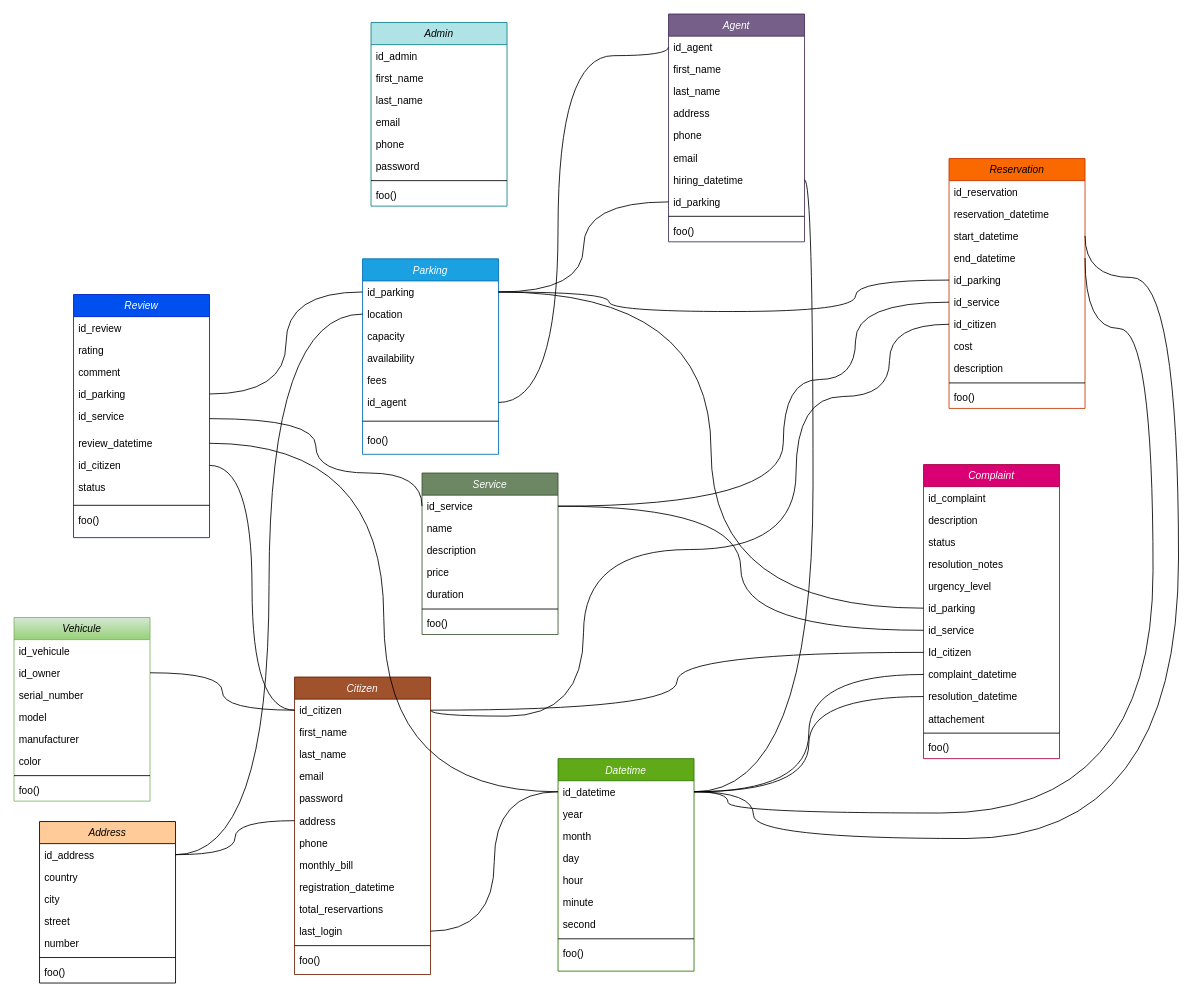
Earlier version of the draw.io diagram docs/DB_diagram.drawio (anomaly1095/parky). Source tidied: cells renumbered, new cells numbered last; positions are measured from the earlier drawing's top-left corner, leaving out a move shared by most shapes. Both pictures are drawn from the tidied source at 85%, with x=0, y=0 at pixel (14, 14).
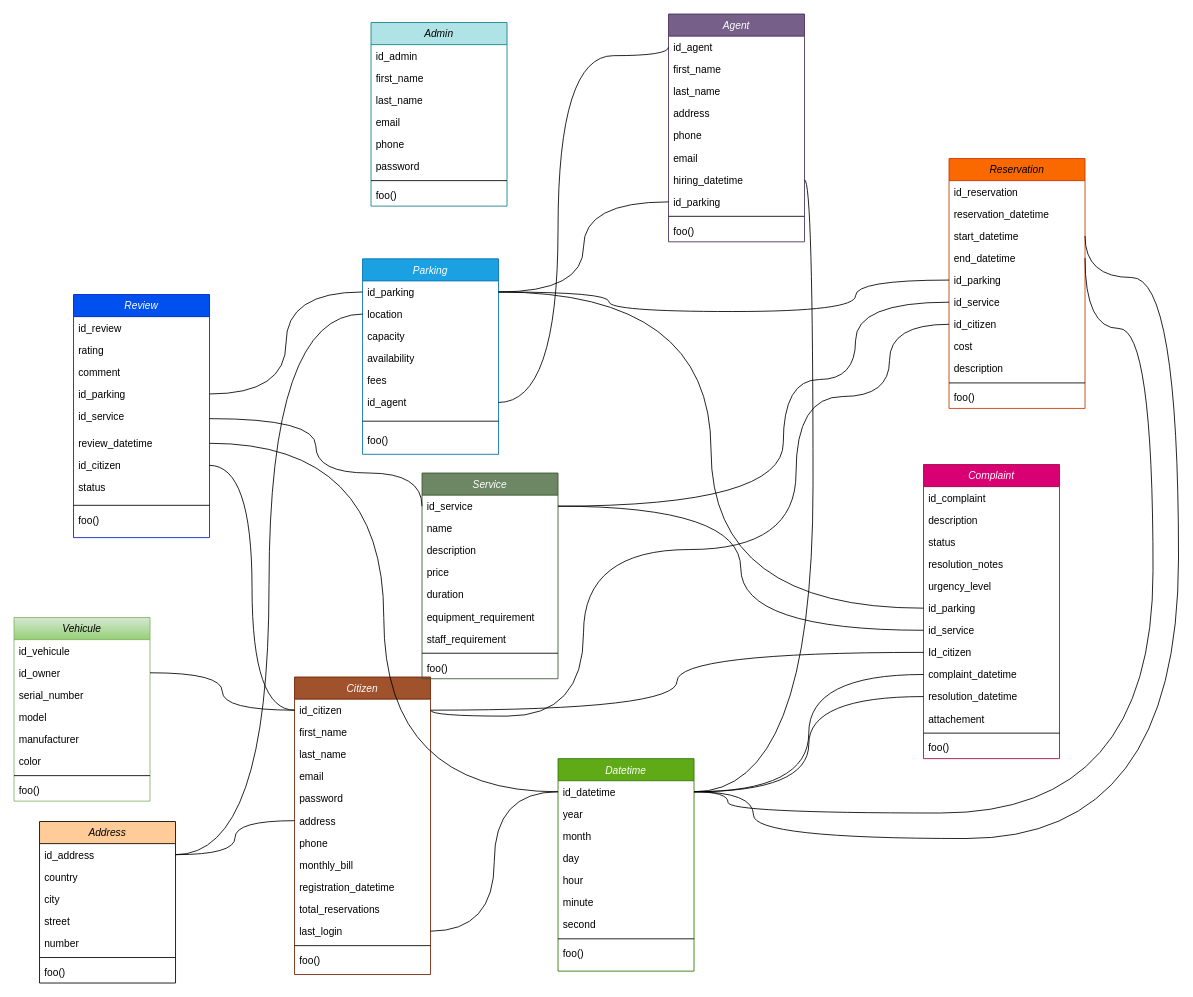
The same page after the edit.

Commit message:
added fields in service table DB_diagram.drawio

Unchanged cells that the change refers to:
```xml
<mxCell id="54" value="Citizen" style="swimlane;fontStyle=2;align=center;verticalAlign=top;horizontal=1;startSize=26;rounded=0;shadow=0;strokeWidth=1;fillColor=#a0522d;fontColor=#ffffff;strokeColor=#6D1F00;" parent="1" vertex="1">
  <mxGeometry x="330" y="780" width="160" height="350" as="geometry" />
</mxCell>
```

The edit, as a diff of the source:
```diff
@@
-    <mxCell id="64" value="total_reservartions" style="text;align=left;verticalAlign=top;spacingLeft=4;spacingRight=4;overflow=hidden;rounded=0;shadow=0;html=0;" parent="54" vertex="1">
+    <mxCell id="64" value="total_reservations" style="text;align=left;verticalAlign=top;spacingLeft=4;spacingRight=4;overflow=hidden;rounded=0;shadow=0;html=0;" parent="54" vertex="1">
       <mxGeometry y="260" width="160" height="26" as="geometry" />
     </mxCell>
@@
     <mxCell id="88" value="Service" style="swimlane;fontStyle=2;align=center;verticalAlign=top;horizontal=1;startSize=26;rounded=0;shadow=0;strokeWidth=1;fillColor=#6d8764;fontColor=#ffffff;strokeColor=#3A5431;" parent="1" vertex="1">
-      <mxGeometry x="480" y="540" width="160" height="190" as="geometry" />
+      <mxGeometry x="480" y="540" width="160" height="242" as="geometry" />
     </mxCell>
@@
+    <mxCell id="138" value="equipment_requirement" style="text;align=left;verticalAlign=top;spacingLeft=4;spacingRight=4;overflow=hidden;" parent="88" vertex="1">
+      <mxGeometry y="156" width="160" height="26" as="geometry" />
+    </mxCell>
+    <mxCell id="139" value="staff_requirement" style="text;align=left;verticalAlign=top;spacingLeft=4;spacingRight=4;overflow=hidden;" parent="88" vertex="1">
+      <mxGeometry y="182" width="160" height="26" as="geometry" />
+    </mxCell>
     <mxCell id="94" style="line;html=1;strokeWidth=1;align=left;verticalAlign=middle;spacingTop=-1;spacingLeft=3;spacingRight=3;labelPosition=right;" parent="88" vertex="1">
-      <mxGeometry y="156" width="160" height="8" as="geometry" />
+      <mxGeometry y="208" width="160" height="8" as="geometry" />
     </mxCell>
     <mxCell id="95" value="foo()" style="text;align=left;verticalAlign=top;spacingLeft=4;spacingRight=4;overflow=hidden;" parent="88" vertex="1">
-      <mxGeometry y="164" width="160" height="26" as="geometry" />
+      <mxGeometry y="216" width="160" height="26" as="geometry" />
     </mxCell>
```
